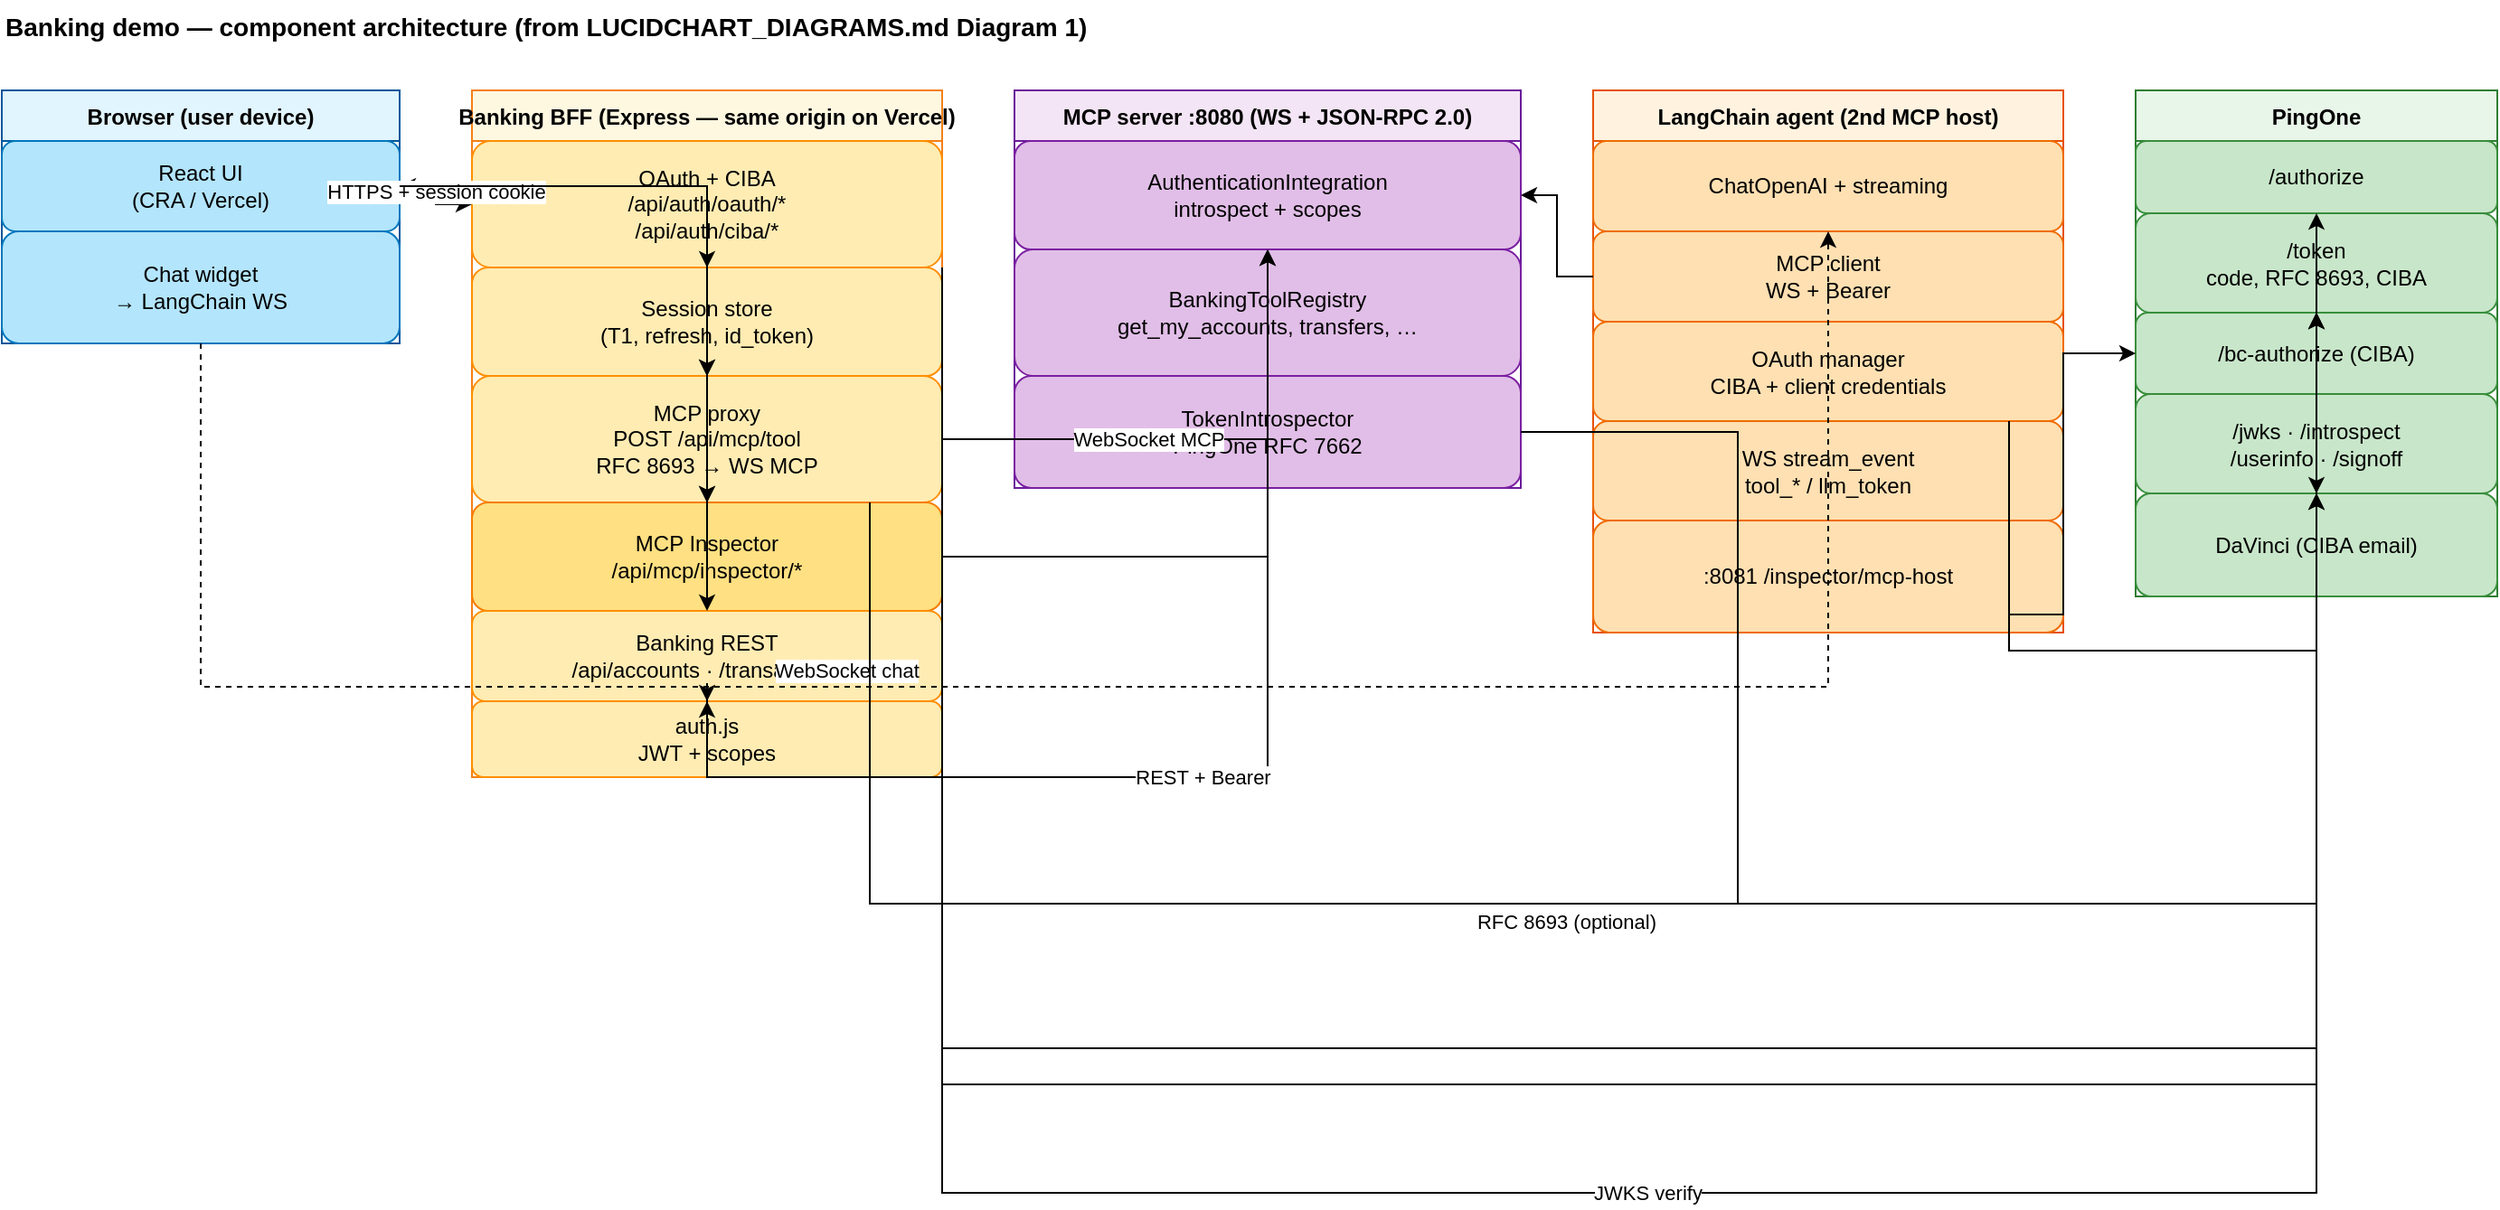
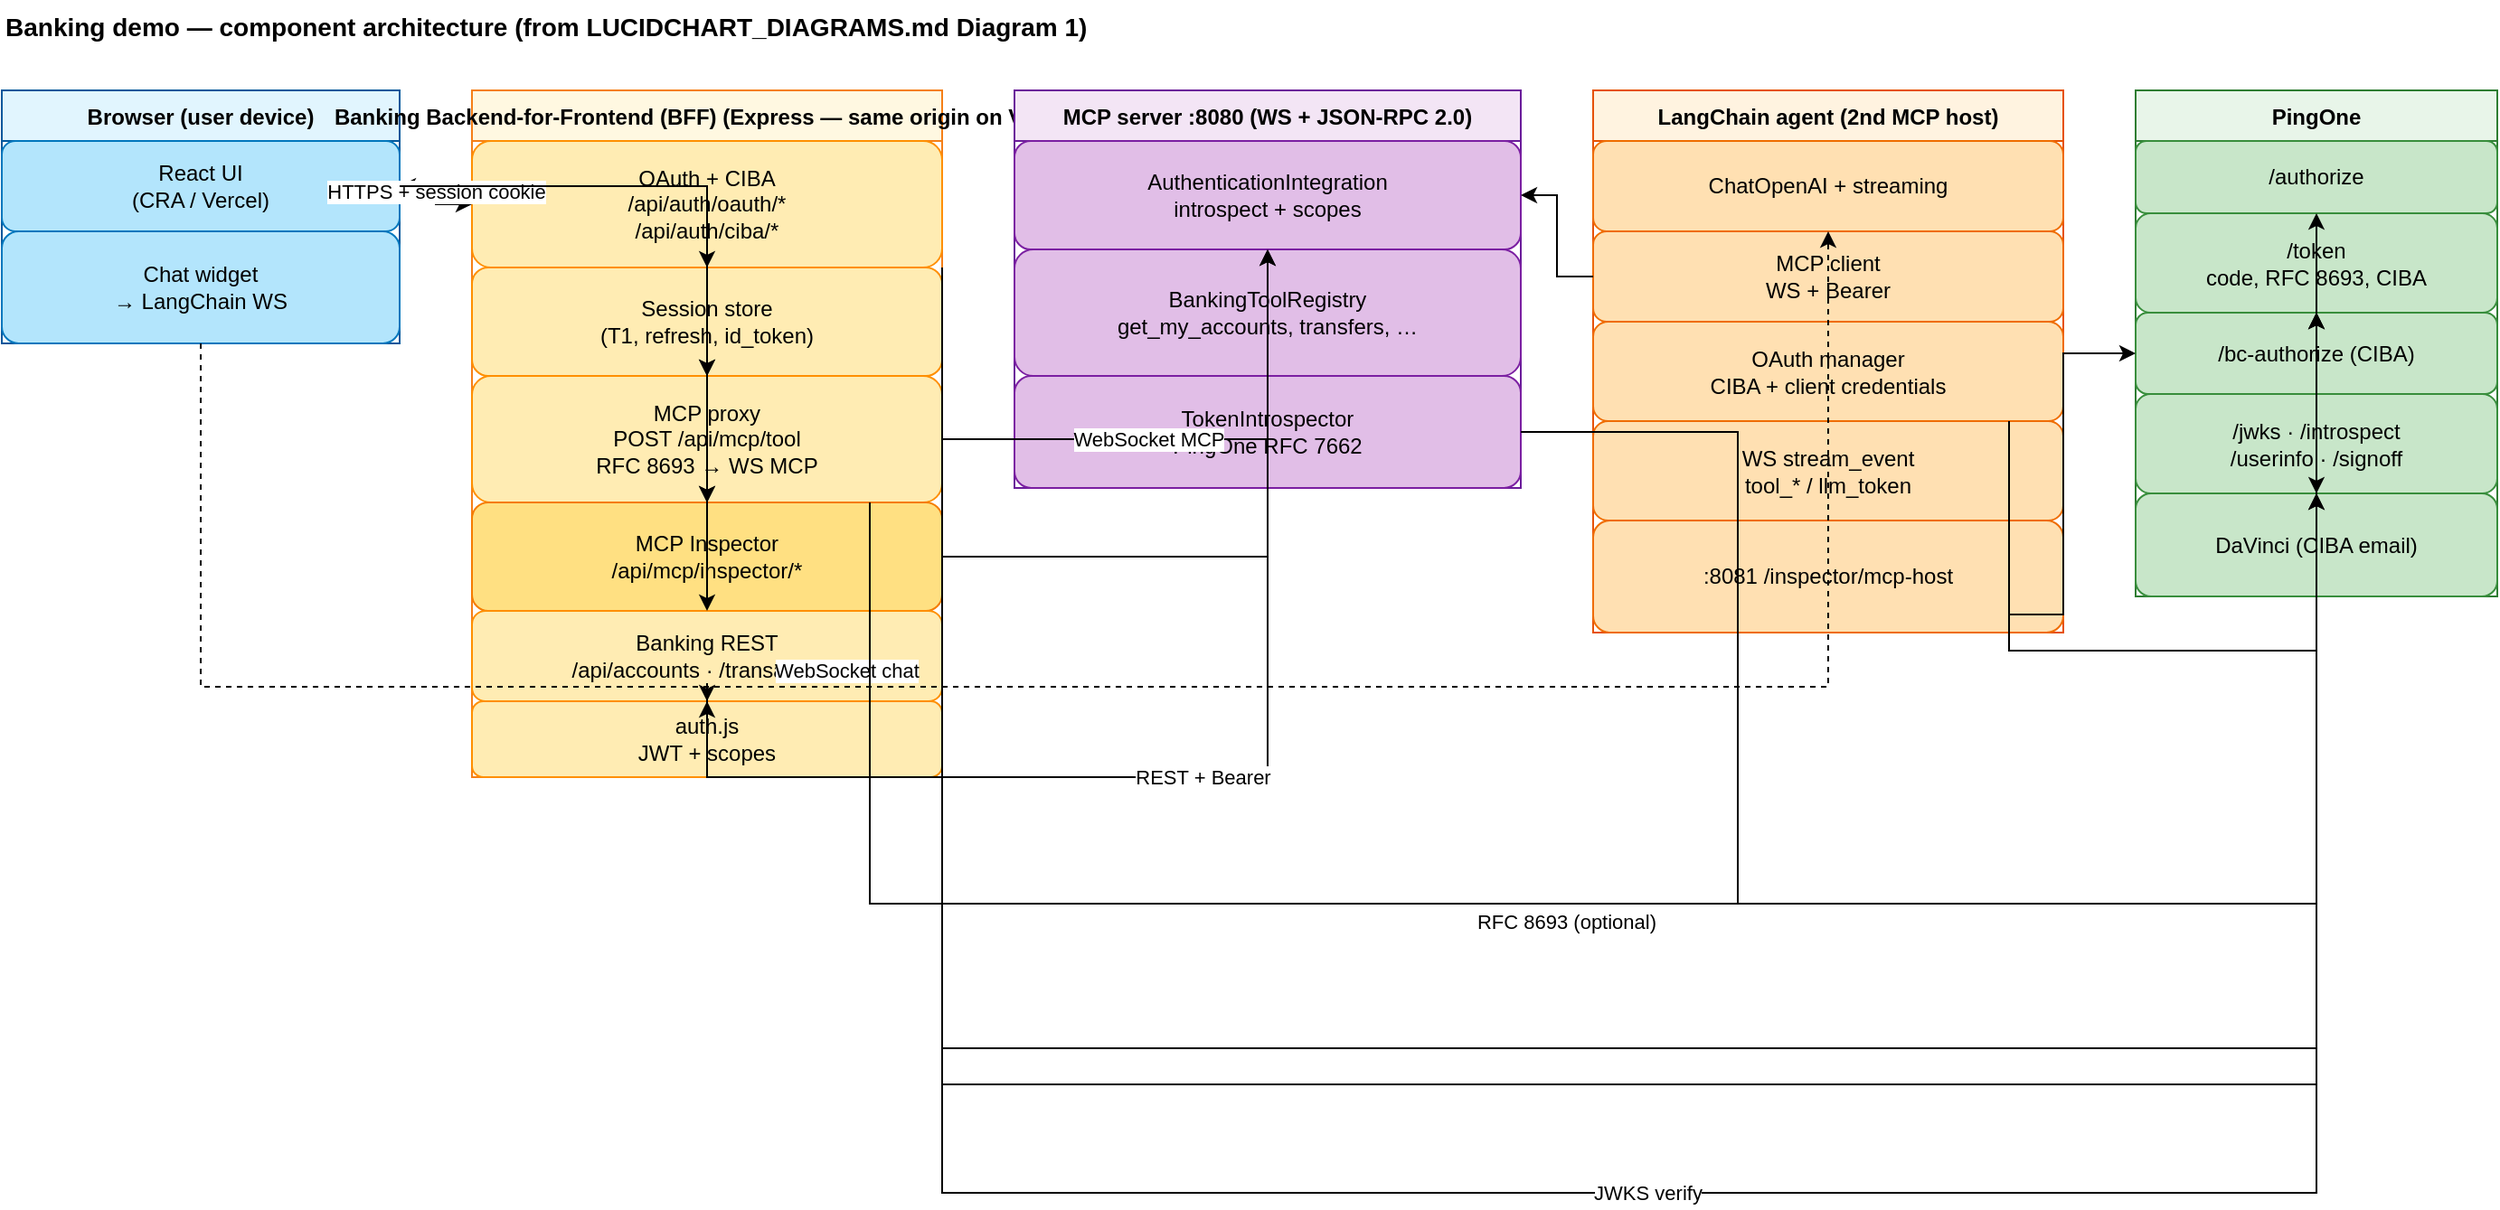
<mxfile host="app.diagrams.net" modified="2026-03-22T00:00:00.000Z" agent="Banking-Demo" version="22.1.0" type="device">
  <diagram id="component-arch" name="1 — Component architecture">
    <mxGraphModel dx="1600" dy="900" grid="1" gridSize="10" guides="1" tooltips="1" connect="1" arrows="1" fold="1" page="1" pageScale="1" pageWidth="1600" pageHeight="1400" math="0" shadow="0">
      <root>
        <mxCell id="0" />
        <mxCell id="1" parent="0" />

        <mxCell id="title" value="Banking demo — component architecture (from LUCIDCHART_DIAGRAMS.md Diagram 1)" style="text;html=1;strokeColor=none;fillColor=none;align=left;verticalAlign=middle;fontStyle=1;fontSize=14;" vertex="1" parent="1">
          <mxGeometry x="40" y="20" width="1200" height="30" as="geometry" />
        </mxCell>

        <mxCell id="lane-browser" value="Browser (user device)" style="swimlane;fontStyle=1;childLayout=stackLayout;horizontal=1;startSize=28;fillColor=#e1f5fe;strokeColor=#01579b;" vertex="1" parent="1">
          <mxGeometry x="40" y="70" width="220" height="140" as="geometry" />
        </mxCell>
        <mxCell id="ui" value="React UI&#xa;(CRA / Vercel)" style="rounded=1;whiteSpace=wrap;html=1;fillColor=#b3e5fc;strokeColor=#0277bd;" vertex="1" parent="lane-browser">
          <mxGeometry y="28" width="220" height="50" as="geometry" />
        </mxCell>
        <mxCell id="chat" value="Chat widget&#xa;→ LangChain WS" style="rounded=1;whiteSpace=wrap;html=1;fillColor=#b3e5fc;strokeColor=#0277bd;" vertex="1" parent="lane-browser">
          <mxGeometry y="78" width="220" height="62" as="geometry" />
        </mxCell>

-         <mxCell id="lane-bff" value="Banking BFF (Express — same origin on Vercel)" style="swimlane;fontStyle=1;childLayout=stackLayout;horizontal=1;startSize=28;fillColor=#fff8e1;strokeColor=#f57f17;" vertex="1" parent="1">
+         <mxCell id="lane-bff" value="Banking Backend-for-Frontend (BFF) (Express — same origin on Vercel)" style="swimlane;fontStyle=1;childLayout=stackLayout;horizontal=1;startSize=28;fillColor=#fff8e1;strokeColor=#f57f17;" vertex="1" parent="1">
          <mxGeometry x="300" y="70" width="260" height="380" as="geometry" />
        </mxCell>
        <mxCell id="oauth" value="OAuth + CIBA&#xa;/api/auth/oauth/*&#xa;/api/auth/ciba/*" style="rounded=1;whiteSpace=wrap;html=1;fillColor=#ffecb3;strokeColor=#ff8f00;" vertex="1" parent="lane-bff">
          <mxGeometry y="28" width="260" height="70" as="geometry" />
        </mxCell>
        <mxCell id="session" value="Session store&#xa;(T1, refresh, id_token)" style="rounded=1;whiteSpace=wrap;html=1;fillColor=#ffecb3;strokeColor=#ff8f00;" vertex="1" parent="lane-bff">
          <mxGeometry y="98" width="260" height="60" as="geometry" />
        </mxCell>
        <mxCell id="mcpproxy" value="MCP proxy&#xa;POST /api/mcp/tool&#xa;RFC 8693 → WS MCP" style="rounded=1;whiteSpace=wrap;html=1;fillColor=#ffecb3;strokeColor=#ff8f00;" vertex="1" parent="lane-bff">
          <mxGeometry y="158" width="260" height="70" as="geometry" />
        </mxCell>
        <mxCell id="mcpinsp" value="MCP Inspector&#xa;/api/mcp/inspector/*" style="rounded=1;whiteSpace=wrap;html=1;fillColor=#ffe082;strokeColor=#f57c00;" vertex="1" parent="lane-bff">
          <mxGeometry y="228" width="260" height="60" as="geometry" />
        </mxCell>
        <mxCell id="bankapi" value="Banking REST&#xa;/api/accounts · /transactions" style="rounded=1;whiteSpace=wrap;html=1;fillColor=#ffecb3;strokeColor=#ff8f00;" vertex="1" parent="lane-bff">
          <mxGeometry y="288" width="260" height="50" as="geometry" />
        </mxCell>
        <mxCell id="authmw" value="auth.js&#xa;JWT + scopes" style="rounded=1;whiteSpace=wrap;html=1;fillColor=#ffecb3;strokeColor=#ff8f00;" vertex="1" parent="lane-bff">
          <mxGeometry y="338" width="260" height="42" as="geometry" />
        </mxCell>

        <mxCell id="lane-mcp" value="MCP server :8080 (WS + JSON-RPC 2.0)" style="swimlane;fontStyle=1;childLayout=stackLayout;horizontal=1;startSize=28;fillColor=#f3e5f5;strokeColor=#6a1b9a;" vertex="1" parent="1">
          <mxGeometry x="600" y="70" width="280" height="220" as="geometry" />
        </mxCell>
        <mxCell id="authmgr" value="AuthenticationIntegration&#xa;introspect + scopes" style="rounded=1;whiteSpace=wrap;html=1;fillColor=#e1bee7;strokeColor=#7b1fa2;" vertex="1" parent="lane-mcp">
          <mxGeometry y="28" width="280" height="60" as="geometry" />
        </mxCell>
        <mxCell id="tools" value="BankingToolRegistry&#xa;get_my_accounts, transfers, …" style="rounded=1;whiteSpace=wrap;html=1;fillColor=#e1bee7;strokeColor=#7b1fa2;" vertex="1" parent="lane-mcp">
          <mxGeometry y="88" width="280" height="70" as="geometry" />
        </mxCell>
        <mxCell id="intro" value="TokenIntrospector&#xa;PingOne RFC 7662" style="rounded=1;whiteSpace=wrap;html=1;fillColor=#e1bee7;strokeColor=#7b1fa2;" vertex="1" parent="lane-mcp">
          <mxGeometry y="158" width="280" height="62" as="geometry" />
        </mxCell>

        <mxCell id="lane-agent" value="LangChain agent (2nd MCP host)" style="swimlane;fontStyle=1;childLayout=stackLayout;horizontal=1;startSize=28;fillColor=#fff3e0;strokeColor=#e65100;" vertex="1" parent="1">
          <mxGeometry x="920" y="70" width="260" height="300" as="geometry" />
        </mxCell>
        <mxCell id="llm" value="ChatOpenAI + streaming" style="rounded=1;whiteSpace=wrap;html=1;fillColor=#ffe0b2;strokeColor=#ef6c00;" vertex="1" parent="lane-agent">
          <mxGeometry y="28" width="260" height="50" as="geometry" />
        </mxCell>
        <mxCell id="mcpclient" value="MCP client&#xa;WS + Bearer" style="rounded=1;whiteSpace=wrap;html=1;fillColor=#ffe0b2;strokeColor=#ef6c00;" vertex="1" parent="lane-agent">
          <mxGeometry y="78" width="260" height="50" as="geometry" />
        </mxCell>
        <mxCell id="cibaagent" value="OAuth manager&#xa;CIBA + client credentials" style="rounded=1;whiteSpace=wrap;html=1;fillColor=#ffe0b2;strokeColor=#ef6c00;" vertex="1" parent="lane-agent">
          <mxGeometry y="128" width="260" height="55" as="geometry" />
        </mxCell>
        <mxCell id="wsev" value="WS stream_event&#xa;tool_* / llm_token" style="rounded=1;whiteSpace=wrap;html=1;fillColor=#ffe0b2;strokeColor=#ef6c00;" vertex="1" parent="lane-agent">
          <mxGeometry y="183" width="260" height="55" as="geometry" />
        </mxCell>
        <mxCell id="insp8081" value=":8081 /inspector/mcp-host" style="rounded=1;whiteSpace=wrap;html=1;fillColor=#ffe0b2;strokeColor=#ef6c00;" vertex="1" parent="lane-agent">
          <mxGeometry y="238" width="260" height="62" as="geometry" />
        </mxCell>

        <mxCell id="lane-p1" value="PingOne" style="swimlane;fontStyle=1;childLayout=stackLayout;horizontal=1;startSize=28;fillColor=#e8f5e9;strokeColor=#2e7d32;" vertex="1" parent="1">
          <mxGeometry x="1220" y="70" width="200" height="280" as="geometry" />
        </mxCell>
        <mxCell id="p1auth" value="/authorize" style="rounded=1;whiteSpace=wrap;html=1;fillColor=#c8e6c9;strokeColor=#388e3c;" vertex="1" parent="lane-p1">
          <mxGeometry y="28" width="200" height="40" as="geometry" />
        </mxCell>
        <mxCell id="p1token" value="/token&#xa;code, RFC 8693, CIBA" style="rounded=1;whiteSpace=wrap;html=1;fillColor=#c8e6c9;strokeColor=#388e3c;" vertex="1" parent="lane-p1">
          <mxGeometry y="68" width="200" height="55" as="geometry" />
        </mxCell>
        <mxCell id="p1bc" value="/bc-authorize (CIBA)" style="rounded=1;whiteSpace=wrap;html=1;fillColor=#c8e6c9;strokeColor=#388e3c;" vertex="1" parent="lane-p1">
          <mxGeometry y="123" width="200" height="45" as="geometry" />
        </mxCell>
        <mxCell id="p1jwks" value="/jwks · /introspect&#xa;/userinfo · /signoff" style="rounded=1;whiteSpace=wrap;html=1;fillColor=#c8e6c9;strokeColor=#388e3c;" vertex="1" parent="lane-p1">
          <mxGeometry y="168" width="200" height="55" as="geometry" />
        </mxCell>
        <mxCell id="p1dv" value="DaVinci (CIBA email)" style="rounded=1;whiteSpace=wrap;html=1;fillColor=#c8e6c9;strokeColor=#388e3c;" vertex="1" parent="lane-p1">
          <mxGeometry y="223" width="200" height="57" as="geometry" />
        </mxCell>

        <mxCell id="e1" style="edgeStyle=orthogonalEdgeStyle;rounded=0;orthogonalLoop=1;jettySize=auto;html=1;endArrow=classic;startArrow=classic;" edge="1" parent="1" source="ui" target="oauth">
          <mxGeometry relative="1" as="geometry" />
        </mxCell>
        <mxCell id="e1l" value="HTTPS + session cookie" style="edgeLabel;html=1;align=center;verticalAlign=middle;resizable=0;points=[];" vertex="1" connectable="0" parent="e1">
          <mxGeometry x="-0.1" relative="1" as="geometry">
            <mxPoint as="offset" />
          </mxGeometry>
        </mxCell>
        <mxCell id="e2" style="edgeStyle=orthogonalEdgeStyle;rounded=0;html=1;endArrow=classic;" edge="1" parent="1" source="ui" target="mcpproxy">
          <mxGeometry relative="1" as="geometry" />
        </mxCell>
        <mxCell id="e3" style="edgeStyle=orthogonalEdgeStyle;rounded=0;html=1;endArrow=classic;" edge="1" parent="1" source="ui" target="mcpinsp">
          <mxGeometry relative="1" as="geometry" />
        </mxCell>
        <mxCell id="e4" style="edgeStyle=orthogonalEdgeStyle;rounded=0;html=1;endArrow=classic;" edge="1" parent="1" source="ui" target="bankapi">
          <mxGeometry relative="1" as="geometry" />
        </mxCell>
        <mxCell id="e5" style="edgeStyle=orthogonalEdgeStyle;rounded=0;html=1;dashed=1;endArrow=classic;" edge="1" parent="1" source="chat" target="llm">
          <mxGeometry relative="1" as="geometry">
            <Array as="points">
              <mxPoint x="150" y="400" />
              <mxPoint x="1050" y="400" />
            </Array>
          </mxGeometry>
        </mxCell>
        <mxCell id="e5l" value="WebSocket chat" style="edgeLabel;html=1;align=center;verticalAlign=middle;resizable=0;points=[];" vertex="1" connectable="0" parent="e5">
          <mxGeometry x="-0.2" y="1" relative="1" as="geometry">
            <mxPoint x="10" y="-8" as="offset" />
          </mxGeometry>
        </mxCell>

        <mxCell id="e6" style="edgeStyle=orthogonalEdgeStyle;rounded=0;html=1;endArrow=classic;" edge="1" parent="1" source="oauth" target="session">
          <mxGeometry relative="1" as="geometry" />
        </mxCell>
        <mxCell id="e7" style="edgeStyle=orthogonalEdgeStyle;rounded=0;html=1;endArrow=classic;" edge="1" parent="1" source="session" target="mcpproxy">
          <mxGeometry relative="1" as="geometry" />
        </mxCell>
        <mxCell id="e8" style="edgeStyle=orthogonalEdgeStyle;rounded=0;html=1;endArrow=classic;" edge="1" parent="1" source="session" target="mcpinsp">
          <mxGeometry relative="1" as="geometry" />
        </mxCell>

        <mxCell id="e9" style="edgeStyle=orthogonalEdgeStyle;rounded=0;html=1;endArrow=classic;" edge="1" parent="1" source="mcpproxy" target="authmgr">
          <mxGeometry relative="1" as="geometry" />
        </mxCell>
        <mxCell id="e9l" value="WebSocket MCP" style="edgeLabel;html=1;align=center;verticalAlign=middle;resizable=0;points=[];" vertex="1" connectable="0" parent="e9">
          <mxGeometry x="-0.2" relative="1" as="geometry">
            <mxPoint as="offset" />
          </mxGeometry>
        </mxCell>
        <mxCell id="e10" style="edgeStyle=orthogonalEdgeStyle;rounded=0;html=1;endArrow=classic;" edge="1" parent="1" source="mcpinsp" target="authmgr">
          <mxGeometry relative="1" as="geometry" />
        </mxCell>

        <mxCell id="e11" style="edgeStyle=orthogonalEdgeStyle;rounded=0;html=1;endArrow=classic;" edge="1" parent="1" source="mcpproxy" target="p1token">
          <mxGeometry relative="1" as="geometry">
            <Array as="points">
              <mxPoint x="520" y="520" />
              <mxPoint x="1320" y="520" />
            </Array>
          </mxGeometry>
        </mxCell>
        <mxCell id="e11l" value="RFC 8693 (optional)" style="edgeLabel;html=1;align=center;verticalAlign=middle;resizable=0;points=[];" vertex="1" connectable="0" parent="e11">
          <mxGeometry x="-0.1" relative="1" as="geometry">
            <mxPoint y="10" as="offset" />
          </mxGeometry>
        </mxCell>

        <mxCell id="e12" style="edgeStyle=orthogonalEdgeStyle;rounded=0;html=1;endArrow=classic;" edge="1" parent="1" source="oauth" target="p1auth">
          <mxGeometry relative="1" as="geometry">
            <Array as="points">
              <mxPoint x="560" y="600" />
              <mxPoint x="1320" y="600" />
            </Array>
          </mxGeometry>
        </mxCell>
        <mxCell id="e13" style="edgeStyle=orthogonalEdgeStyle;rounded=0;html=1;endArrow=classic;" edge="1" parent="1" source="oauth" target="p1token">
          <mxGeometry relative="1" as="geometry">
            <Array as="points">
              <mxPoint x="560" y="620" />
              <mxPoint x="1320" y="620" />
            </Array>
          </mxGeometry>
        </mxCell>

        <mxCell id="e14" style="edgeStyle=orthogonalEdgeStyle;rounded=0;html=1;endArrow=classic;" edge="1" parent="1" source="bankapi" target="authmw">
          <mxGeometry relative="1" as="geometry" />
        </mxCell>
        <mxCell id="e15" style="edgeStyle=orthogonalEdgeStyle;rounded=0;html=1;endArrow=classic;" edge="1" parent="1" source="authmw" target="p1jwks">
          <mxGeometry relative="1" as="geometry">
            <Array as="points">
              <mxPoint x="560" y="680" />
              <mxPoint x="1320" y="680" />
            </Array>
          </mxGeometry>
        </mxCell>
        <mxCell id="e15l" value="JWKS verify" style="edgeLabel;html=1;align=center;verticalAlign=middle;resizable=0;points=[];" vertex="1" connectable="0" parent="e15">
          <mxGeometry x="-0.1" relative="1" as="geometry">
            <mxPoint as="offset" />
          </mxGeometry>
        </mxCell>

        <mxCell id="e16" style="edgeStyle=orthogonalEdgeStyle;rounded=0;html=1;endArrow=classic;" edge="1" parent="1" source="intro" target="p1jwks">
          <mxGeometry relative="1" as="geometry">
            <Array as="points">
              <mxPoint x="1000" y="520" />
              <mxPoint x="1320" y="520" />
            </Array>
          </mxGeometry>
        </mxCell>
        <mxCell id="e17" style="edgeStyle=orthogonalEdgeStyle;rounded=0;html=1;endArrow=classic;" edge="1" parent="1" source="tools" target="bankapi">
          <mxGeometry relative="1" as="geometry">
            <Array as="points">
              <mxPoint x="740" y="450" />
              <mxPoint x="430" y="450" />
            </Array>
          </mxGeometry>
        </mxCell>
        <mxCell id="e17l" value="REST + Bearer" style="edgeLabel;html=1;align=center;verticalAlign=middle;resizable=0;points=[];" vertex="1" connectable="0" parent="e17">
          <mxGeometry x="-0.1" relative="1" as="geometry">
            <mxPoint as="offset" />
          </mxGeometry>
        </mxCell>

        <mxCell id="e18" style="edgeStyle=orthogonalEdgeStyle;rounded=0;html=1;endArrow=classic;" edge="1" parent="1" source="mcpclient" target="authmgr">
          <mxGeometry relative="1" as="geometry" />
        </mxCell>
        <mxCell id="e19" style="edgeStyle=orthogonalEdgeStyle;rounded=0;html=1;endArrow=classic;" edge="1" parent="1" source="cibaagent" target="p1bc">
          <mxGeometry relative="1" as="geometry">
            <Array as="points">
              <mxPoint x="1150" y="360" />
              <mxPoint x="1180" y="360" />
            </Array>
          </mxGeometry>
        </mxCell>
        <mxCell id="e20" style="edgeStyle=orthogonalEdgeStyle;rounded=0;html=1;endArrow=classic;" edge="1" parent="1" source="cibaagent" target="p1token">
          <mxGeometry relative="1" as="geometry">
            <Array as="points">
              <mxPoint x="1150" y="380" />
              <mxPoint x="1320" y="380" />
            </Array>
          </mxGeometry>
        </mxCell>
        <mxCell id="e21" style="edgeStyle=orthogonalEdgeStyle;rounded=0;html=1;dashed=1;endArrow=classic;" edge="1" parent="1" source="p1bc" target="p1dv">
          <mxGeometry relative="1" as="geometry" />
        </mxCell>
      </root>
    </mxGraphModel>
  </diagram>

  <diagram id="readme" name="0 — About + sequence diagrams">
    <mxGraphModel dx="1200" dy="800" grid="1" gridSize="10" guides="1" tooltips="1" connect="1" arrows="1" fold="1" page="1" pageScale="1" pageWidth="1100" pageHeight="850" math="0" shadow="0">
      <root>
        <mxCell id="0r" />
        <mxCell id="1r" parent="0r" />
        <mxCell id="note1" value="LUCIDCHART_DIAGRAMS.md is not draw.io format — it uses Mermaid inside Markdown (for Lucidchart “Import → Mermaid” or GitHub preview).&#xa;&#xa;This file (.drawio) is for diagrams.net / draw.io: open with File → Open from Device, or drag onto app.diagrams.net.&#xa;&#xa;Page “1 — Component architecture” mirrors Diagram 1 from the markdown.&#xa;Diagrams 2–9 in the .md file are sequence / flow Mermaid blocks; paste them into draw.io via Arrange → Insert → Advanced → Mermaid, or keep maintaining them in LUCIDCHART_DIAGRAMS.md." style="rounded=1;whiteSpace=wrap;html=1;align=left;verticalAlign=top;spacingLeft=10;spacingTop=6;fillColor=#fffde7;strokeColor=#f9a825;fontSize=12;" vertex="1" parent="1r">
          <mxGeometry x="40" y="40" width="1000" height="200" as="geometry" />
        </mxCell>
        <mxCell id="note2" value="RFCs / specs (see ARCHITECTURE.md §1a): RFC 6749, 6750, 7636, 7662, 8693, 7009, 7517, 7519, 7591; JSON-RPC 2.0; OIDC Core + CIBA; MCP 2024-11-05." style="rounded=1;whiteSpace=wrap;html=1;align=left;verticalAlign=top;spacingLeft=10;spacingTop=6;fillColor=#e3f2fd;strokeColor=#1565c0;fontSize=11;" vertex="1" parent="1r">
          <mxGeometry x="40" y="260" width="1000" height="70" as="geometry" />
        </mxCell>
      </root>
    </mxGraphModel>
  </diagram>
</mxfile>
